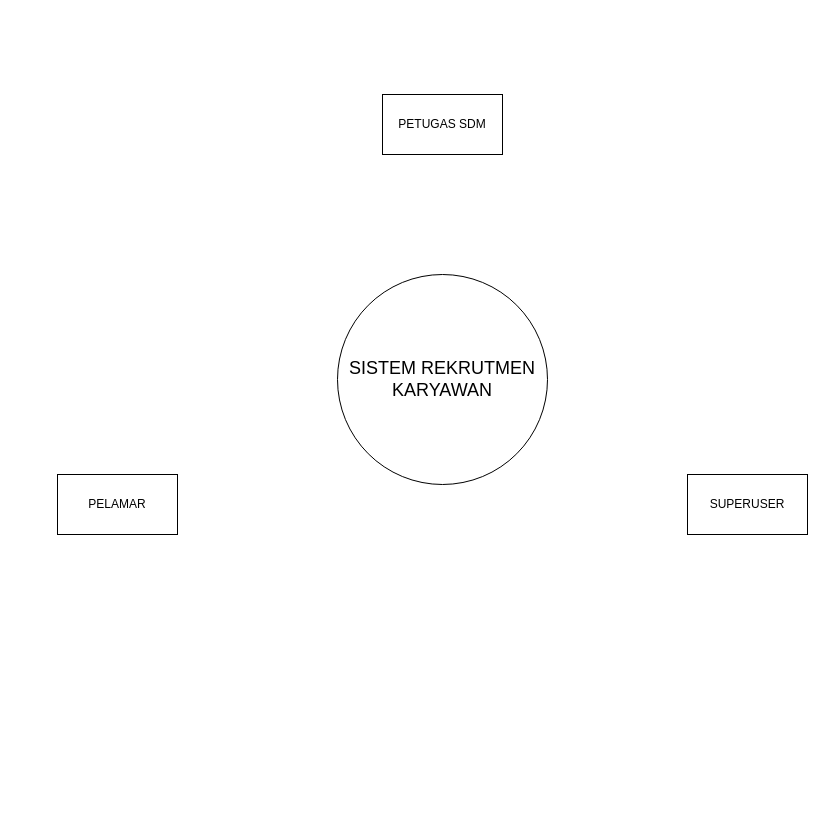
The draw.io diagram page "DIAGRAM CONTEXT" (1 of 7) of DFD v2.drawio in keys2505/tugas-akhir, before the edit. Source tidied: cells renumbered, new cells numbered last; positions are measured from the earlier drawing's top-left corner, leaving out a move shared by most shapes. Both pictures are drawn from the tidied source at 100%, with x=0, y=0 at pixel (57, 94).
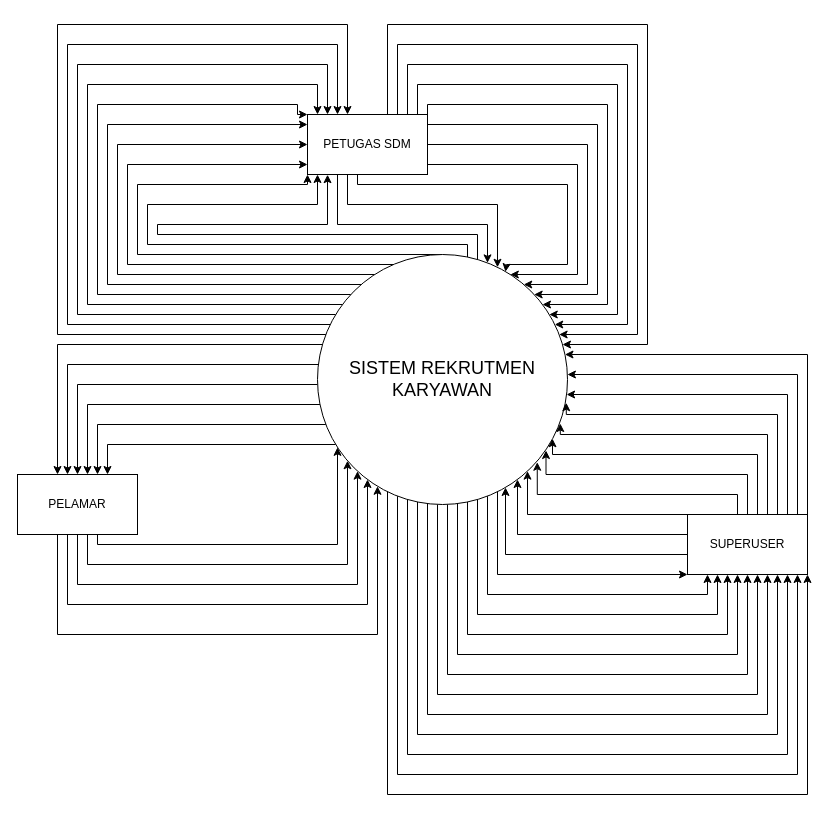
The same page after the edit.

Change to the diagram source:
```diff
@@
+    <mxCell id="6" style="edgeStyle=orthogonalEdgeStyle;rounded=0;jettySize=auto;html=1;" parent="1" edge="1" source="2" target="4">
+      <mxGeometry relative="1" as="geometry">
+        <Array as="points">
+          <mxPoint x="50" y="350" />
+        </Array>
+      </mxGeometry>
+    </mxCell>
+    <mxCell id="7" style="edgeStyle=orthogonalEdgeStyle;rounded=0;jettySize=auto;html=1;" parent="1" edge="1" source="2" target="4">
+      <mxGeometry relative="1" as="geometry">
+        <Array as="points">
+          <mxPoint x="40" y="330" />
+        </Array>
+      </mxGeometry>
+    </mxCell>
+    <mxCell id="8" style="edgeStyle=orthogonalEdgeStyle;rounded=0;jettySize=auto;html=1;" parent="1" edge="1" source="2" target="4">
+      <mxGeometry relative="1" as="geometry">
+        <Array as="points">
+          <mxPoint x="30" y="310" />
+        </Array>
+      </mxGeometry>
+    </mxCell>
+    <mxCell id="9" style="edgeStyle=orthogonalEdgeStyle;rounded=0;jettySize=auto;html=1;" parent="1" edge="1" source="2" target="4">
+      <mxGeometry relative="1" as="geometry">
+        <Array as="points">
+          <mxPoint x="20" y="290" />
+        </Array>
+      </mxGeometry>
+    </mxCell>
+    <mxCell id="10" style="edgeStyle=orthogonalEdgeStyle;rounded=0;jettySize=auto;html=1;" parent="1" edge="1" source="2" target="4">
+      <mxGeometry relative="1" as="geometry">
+        <Array as="points">
+          <mxPoint x="10" y="270" />
+        </Array>
+      </mxGeometry>
+    </mxCell>
+    <mxCell id="11" style="edgeStyle=orthogonalEdgeStyle;rounded=0;jettySize=auto;html=1;" parent="1" edge="1" source="2" target="4">
+      <mxGeometry relative="1" as="geometry">
+        <Array as="points">
+          <mxPoint y="250" />
+        </Array>
+      </mxGeometry>
+    </mxCell>
+    <mxCell id="12" style="edgeStyle=orthogonalEdgeStyle;rounded=0;jettySize=auto;html=1;" parent="1" edge="1" source="2" target="3">
+      <mxGeometry relative="1" as="geometry">
+        <Array as="points">
+          <mxPoint x="400" y="160" />
+          <mxPoint x="80" y="160" />
+          <mxPoint x="80" y="90" />
+          <mxPoint x="250" y="90" />
+        </Array>
+      </mxGeometry>
+    </mxCell>
+    <mxCell id="13" style="edgeStyle=orthogonalEdgeStyle;rounded=0;jettySize=auto;html=1;" parent="1" edge="1" source="2" target="3">
+      <mxGeometry relative="1" as="geometry">
+        <Array as="points">
+          <mxPoint x="385" y="170" />
+          <mxPoint x="70" y="170" />
+          <mxPoint x="70" y="70" />
+        </Array>
+      </mxGeometry>
+    </mxCell>
+    <mxCell id="14" style="edgeStyle=orthogonalEdgeStyle;rounded=0;jettySize=auto;html=1;" parent="1" edge="1" source="2" target="3">
+      <mxGeometry relative="1" as="geometry">
+        <Array as="points">
+          <mxPoint x="60" y="180" />
+          <mxPoint x="60" y="50" />
+        </Array>
+      </mxGeometry>
+    </mxCell>
+    <mxCell id="15" style="edgeStyle=orthogonalEdgeStyle;rounded=0;jettySize=auto;html=1;entryX=0;entryY=0.167;entryDx=0;entryDy=0;entryPerimeter=0;" parent="1" edge="1" source="2" target="3">
+      <mxGeometry relative="1" as="geometry">
+        <Array as="points">
+          <mxPoint x="50" y="190" />
+          <mxPoint x="50" y="30" />
+        </Array>
+      </mxGeometry>
+    </mxCell>
+    <mxCell id="16" style="edgeStyle=orthogonalEdgeStyle;rounded=0;jettySize=auto;html=1;" parent="1" edge="1" source="2" target="3">
+      <mxGeometry relative="1" as="geometry">
+        <Array as="points">
+          <mxPoint x="20" y="220" />
+          <mxPoint x="20" y="-30" />
+          <mxPoint x="270" y="-30" />
+        </Array>
+      </mxGeometry>
+    </mxCell>
+    <mxCell id="17" style="edgeStyle=orthogonalEdgeStyle;rounded=0;jettySize=auto;html=1;" parent="1" edge="1" source="2" target="3">
+      <mxGeometry relative="1" as="geometry">
+        <Array as="points">
+          <mxPoint x="30" y="210" />
+          <mxPoint x="30" y="-10" />
+          <mxPoint x="260" y="-10" />
+        </Array>
+      </mxGeometry>
+    </mxCell>
+    <mxCell id="18" style="edgeStyle=orthogonalEdgeStyle;rounded=0;jettySize=auto;html=1;" parent="1" edge="1" source="2" target="3">
+      <mxGeometry relative="1" as="geometry">
+        <Array as="points">
+          <mxPoint x="40" y="200" />
+          <mxPoint x="40" y="10" />
+          <mxPoint x="240" y="10" />
+          <mxPoint x="240" y="20" />
+        </Array>
+      </mxGeometry>
+    </mxCell>
+    <mxCell id="19" style="edgeStyle=orthogonalEdgeStyle;rounded=0;jettySize=auto;html=1;" parent="1" edge="1" source="2" target="3">
+      <mxGeometry relative="1" as="geometry">
+        <Array as="points">
+          <mxPoint x="10" y="230" />
+          <mxPoint x="10" y="-50" />
+          <mxPoint x="280" y="-50" />
+        </Array>
+      </mxGeometry>
+    </mxCell>
+    <mxCell id="20" style="edgeStyle=orthogonalEdgeStyle;rounded=0;jettySize=auto;html=1;" parent="1" edge="1" source="2" target="3">
+      <mxGeometry relative="1" as="geometry">
+        <Array as="points">
+          <mxPoint x="410" y="150" />
+          <mxPoint x="90" y="150" />
+          <mxPoint x="90" y="110" />
+          <mxPoint x="260" y="110" />
+        </Array>
+      </mxGeometry>
+    </mxCell>
+    <mxCell id="21" style="edgeStyle=orthogonalEdgeStyle;rounded=0;jettySize=auto;html=1;" parent="1" edge="1" source="2" target="3">
+      <mxGeometry relative="1" as="geometry">
+        <Array as="points">
+          <mxPoint y="240" />
+          <mxPoint y="-70" />
+          <mxPoint x="290" y="-70" />
+        </Array>
+      </mxGeometry>
+    </mxCell>
+    <mxCell id="22" style="edgeStyle=orthogonalEdgeStyle;rounded=0;jettySize=auto;html=1;entryX=0.167;entryY=1.003;entryDx=0;entryDy=0;entryPerimeter=0;" parent="1" edge="1" source="2" target="3">
+      <mxGeometry relative="1" as="geometry">
+        <Array as="points">
+          <mxPoint x="420" y="140" />
+          <mxPoint x="100" y="140" />
+          <mxPoint x="100" y="130" />
+          <mxPoint x="270" y="130" />
+        </Array>
+      </mxGeometry>
+    </mxCell>
+    <mxCell id="23" style="edgeStyle=orthogonalEdgeStyle;rounded=0;jettySize=auto;html=1;" parent="1" edge="1" source="2" target="5">
+      <mxGeometry relative="1" as="geometry">
+        <Array as="points">
+          <mxPoint x="340" y="680" />
+          <mxPoint x="740" y="680" />
+        </Array>
+      </mxGeometry>
+    </mxCell>
+    <mxCell id="24" style="edgeStyle=orthogonalEdgeStyle;rounded=0;jettySize=auto;html=1;" parent="1" edge="1" source="2" target="5">
+      <mxGeometry relative="1" as="geometry">
+        <Array as="points">
+          <mxPoint x="360" y="640" />
+          <mxPoint x="720" y="640" />
+        </Array>
+      </mxGeometry>
+    </mxCell>
+    <mxCell id="25" style="edgeStyle=orthogonalEdgeStyle;rounded=0;jettySize=auto;html=1;" parent="1" edge="1" source="2" target="5">
+      <mxGeometry relative="1" as="geometry">
+        <Array as="points">
+          <mxPoint x="350" y="660" />
+          <mxPoint x="730" y="660" />
+        </Array>
+      </mxGeometry>
+    </mxCell>
+    <mxCell id="26" style="edgeStyle=orthogonalEdgeStyle;rounded=0;jettySize=auto;html=1;" parent="1" edge="1" source="2" target="5">
+      <mxGeometry relative="1" as="geometry">
+        <Array as="points">
+          <mxPoint x="330" y="700" />
+          <mxPoint x="750" y="700" />
+        </Array>
+      </mxGeometry>
+    </mxCell>
+    <mxCell id="27" style="edgeStyle=orthogonalEdgeStyle;rounded=0;jettySize=auto;html=1;" parent="1" edge="1" source="2" target="5">
+      <mxGeometry relative="1" as="geometry">
+        <Array as="points">
+          <mxPoint x="370" y="620" />
+          <mxPoint x="710" y="620" />
+        </Array>
+      </mxGeometry>
+    </mxCell>
+    <mxCell id="28" style="edgeStyle=orthogonalEdgeStyle;rounded=0;jettySize=auto;html=1;" parent="1" edge="1" source="2" target="5">
+      <mxGeometry relative="1" as="geometry">
+        <Array as="points">
+          <mxPoint x="380" y="600" />
+          <mxPoint x="700" y="600" />
+        </Array>
+      </mxGeometry>
+    </mxCell>
+    <mxCell id="29" style="edgeStyle=orthogonalEdgeStyle;rounded=0;jettySize=auto;html=1;" parent="1" edge="1" source="2" target="5">
+      <mxGeometry relative="1" as="geometry">
+        <Array as="points">
+          <mxPoint x="390" y="580" />
+          <mxPoint x="690" y="580" />
+        </Array>
+      </mxGeometry>
+    </mxCell>
+    <mxCell id="30" style="edgeStyle=orthogonalEdgeStyle;rounded=0;jettySize=auto;html=1;" parent="1" edge="1" source="2" target="5">
+      <mxGeometry relative="1" as="geometry">
+        <Array as="points">
+          <mxPoint x="400" y="560" />
+          <mxPoint x="680" y="560" />
+        </Array>
+      </mxGeometry>
+    </mxCell>
+    <mxCell id="31" style="edgeStyle=orthogonalEdgeStyle;rounded=0;jettySize=auto;html=1;" parent="1" edge="1" source="2" target="5">
+      <mxGeometry relative="1" as="geometry">
+        <Array as="points">
+          <mxPoint x="410" y="540" />
+          <mxPoint x="670" y="540" />
+        </Array>
+      </mxGeometry>
+    </mxCell>
+    <mxCell id="32" style="edgeStyle=orthogonalEdgeStyle;rounded=0;jettySize=auto;html=1;" parent="1" edge="1" source="2" target="5">
+      <mxGeometry relative="1" as="geometry">
+        <Array as="points">
+          <mxPoint x="420" y="520" />
+          <mxPoint x="660" y="520" />
+        </Array>
+      </mxGeometry>
+    </mxCell>
+    <mxCell id="33" style="edgeStyle=orthogonalEdgeStyle;rounded=0;jettySize=auto;html=1;" parent="1" edge="1" source="2" target="5">
+      <mxGeometry relative="1" as="geometry">
+        <Array as="points">
+          <mxPoint x="440" y="480" />
+        </Array>
+      </mxGeometry>
+    </mxCell>
+    <mxCell id="34" style="edgeStyle=orthogonalEdgeStyle;rounded=0;jettySize=auto;html=1;" parent="1" edge="1" source="2" target="5">
+      <mxGeometry relative="1" as="geometry">
+        <Array as="points">
+          <mxPoint x="430" y="500" />
+          <mxPoint x="650" y="500" />
+        </Array>
+      </mxGeometry>
+    </mxCell>
     <mxCell id="2" value="&lt;font style=&quot;font-size: 18px;&quot;&gt;SISTEM REKRUTMEN KARYAWAN&lt;/font&gt;" style="ellipse;whiteSpace=wrap;html=1;direction=south;" parent="1" vertex="1">
-      <mxGeometry x="280" y="180" width="210" height="210" as="geometry" />
+      <mxGeometry x="260" y="160" width="250" height="250" as="geometry" />
     </mxCell>
+    <mxCell id="35" style="edgeStyle=orthogonalEdgeStyle;rounded=0;jettySize=auto;html=1;" parent="1" edge="1" source="3" target="2">
+      <mxGeometry relative="1" as="geometry">
+        <Array as="points">
+          <mxPoint x="280" y="130" />
+          <mxPoint x="430" y="130" />
+        </Array>
+      </mxGeometry>
+    </mxCell>
+    <mxCell id="36" style="edgeStyle=orthogonalEdgeStyle;rounded=0;jettySize=auto;html=1;" parent="1" edge="1" source="3" target="2">
+      <mxGeometry relative="1" as="geometry">
+        <Array as="points">
+          <mxPoint x="290" y="110" />
+          <mxPoint x="440" y="110" />
+        </Array>
+      </mxGeometry>
+    </mxCell>
+    <mxCell id="37" style="edgeStyle=orthogonalEdgeStyle;rounded=0;jettySize=auto;html=1;entryX=0.069;entryY=0.248;entryDx=0;entryDy=0;entryPerimeter=0;" parent="1" edge="1" source="3" target="2">
+      <mxGeometry relative="1" as="geometry">
+        <Array as="points">
+          <mxPoint x="300" y="90" />
+          <mxPoint x="510" y="90" />
+          <mxPoint x="510" y="170" />
+          <mxPoint x="449" y="170" />
+          <mxPoint x="449" y="177" />
+        </Array>
+      </mxGeometry>
+    </mxCell>
+    <mxCell id="38" style="edgeStyle=orthogonalEdgeStyle;rounded=0;jettySize=auto;html=1;" parent="1" edge="1" source="3" target="2">
+      <mxGeometry relative="1" as="geometry">
+        <Array as="points">
+          <mxPoint x="520" y="70" />
+          <mxPoint x="520" y="180" />
+        </Array>
+      </mxGeometry>
+    </mxCell>
+    <mxCell id="39" style="edgeStyle=orthogonalEdgeStyle;rounded=0;jettySize=auto;html=1;" parent="1" edge="1" source="3" target="2">
+      <mxGeometry relative="1" as="geometry">
+        <Array as="points">
+          <mxPoint x="530" y="50" />
+          <mxPoint x="530" y="190" />
+        </Array>
+      </mxGeometry>
+    </mxCell>
+    <mxCell id="40" style="edgeStyle=orthogonalEdgeStyle;rounded=0;jettySize=auto;html=1;" parent="1" edge="1" source="3" target="2">
+      <mxGeometry relative="1" as="geometry">
+        <Array as="points">
+          <mxPoint x="540" y="30" />
+          <mxPoint x="540" y="200" />
+        </Array>
+      </mxGeometry>
+    </mxCell>
+    <mxCell id="41" style="edgeStyle=orthogonalEdgeStyle;rounded=0;jettySize=auto;html=1;" parent="1" edge="1" source="3" target="2">
+      <mxGeometry relative="1" as="geometry">
+        <Array as="points">
+          <mxPoint x="370" y="10" />
+          <mxPoint x="550" y="10" />
+          <mxPoint x="550" y="210" />
+        </Array>
+      </mxGeometry>
+    </mxCell>
+    <mxCell id="42" style="edgeStyle=orthogonalEdgeStyle;rounded=0;jettySize=auto;html=1;" parent="1" edge="1" source="3" target="2">
+      <mxGeometry relative="1" as="geometry">
+        <Array as="points">
+          <mxPoint x="360" y="-10" />
+          <mxPoint x="560" y="-10" />
+          <mxPoint x="560" y="220" />
+        </Array>
+      </mxGeometry>
+    </mxCell>
+    <mxCell id="43" style="edgeStyle=orthogonalEdgeStyle;rounded=0;jettySize=auto;html=1;" parent="1" edge="1" source="3" target="2">
+      <mxGeometry relative="1" as="geometry">
+        <Array as="points">
+          <mxPoint x="350" y="-30" />
+          <mxPoint x="570" y="-30" />
+          <mxPoint x="570" y="230" />
+        </Array>
+      </mxGeometry>
+    </mxCell>
+    <mxCell id="44" style="edgeStyle=orthogonalEdgeStyle;rounded=0;jettySize=auto;html=1;" parent="1" edge="1" source="3" target="2">
+      <mxGeometry relative="1" as="geometry">
+        <Array as="points">
+          <mxPoint x="340" y="-50" />
+          <mxPoint x="580" y="-50" />
+          <mxPoint x="580" y="240" />
+        </Array>
+      </mxGeometry>
+    </mxCell>
+    <mxCell id="45" style="edgeStyle=orthogonalEdgeStyle;rounded=0;jettySize=auto;html=1;" parent="1" edge="1" source="3" target="2">
+      <mxGeometry relative="1" as="geometry">
+        <Array as="points">
+          <mxPoint x="330" y="-70" />
+          <mxPoint x="590" y="-70" />
+          <mxPoint x="590" y="250" />
+        </Array>
+      </mxGeometry>
+    </mxCell>
     <mxCell id="3" value="PETUGAS SDM" style="rounded=0;whiteSpace=wrap;html=1;" parent="1" vertex="1">
-      <mxGeometry x="325" width="120" height="60" as="geometry" />
+      <mxGeometry x="250" y="20" width="120" height="60" as="geometry" />
     </mxCell>
+    <mxCell id="46" style="edgeStyle=orthogonalEdgeStyle;rounded=0;jettySize=auto;html=1;" parent="1" edge="1" source="4" target="2">
+      <mxGeometry relative="1" as="geometry">
+        <Array as="points">
+          <mxPoint y="540" />
+          <mxPoint x="320" y="540" />
+        </Array>
+      </mxGeometry>
+    </mxCell>
+    <mxCell id="47" style="edgeStyle=orthogonalEdgeStyle;rounded=0;jettySize=auto;html=1;" parent="1" edge="1" source="4" target="2">
+      <mxGeometry relative="1" as="geometry">
+        <Array as="points">
+          <mxPoint x="10" y="510" />
+          <mxPoint x="310" y="510" />
+        </Array>
+      </mxGeometry>
+    </mxCell>
+    <mxCell id="48" style="edgeStyle=orthogonalEdgeStyle;rounded=0;jettySize=auto;html=1;" parent="1" edge="1" source="4" target="2">
+      <mxGeometry relative="1" as="geometry">
+        <Array as="points">
+          <mxPoint x="20" y="490" />
+          <mxPoint x="300" y="490" />
+        </Array>
+      </mxGeometry>
+    </mxCell>
+    <mxCell id="49" style="edgeStyle=orthogonalEdgeStyle;rounded=0;jettySize=auto;html=1;" parent="1" edge="1" source="4" target="2">
+      <mxGeometry relative="1" as="geometry">
+        <Array as="points">
+          <mxPoint x="30" y="470" />
+          <mxPoint x="290" y="470" />
+        </Array>
+      </mxGeometry>
+    </mxCell>
+    <mxCell id="50" style="edgeStyle=orthogonalEdgeStyle;rounded=0;jettySize=auto;html=1;" parent="1" edge="1" source="4" target="2">
+      <mxGeometry relative="1" as="geometry">
+        <Array as="points">
+          <mxPoint x="40" y="450" />
+          <mxPoint x="280" y="450" />
+        </Array>
+      </mxGeometry>
+    </mxCell>
     <mxCell id="4" value="PELAMAR" style="rounded=0;whiteSpace=wrap;html=1;" parent="1" vertex="1">
-      <mxGeometry y="380" width="120" height="60" as="geometry" />
+      <mxGeometry x="-40" y="380" width="120" height="60" as="geometry" />
     </mxCell>
+    <mxCell id="51" style="edgeStyle=orthogonalEdgeStyle;rounded=0;jettySize=auto;html=1;" parent="1" edge="1" source="5" target="2">
+      <mxGeometry relative="1" as="geometry">
+        <Array as="points">
+          <mxPoint x="750" y="260" />
+        </Array>
+      </mxGeometry>
+    </mxCell>
+    <mxCell id="52" style="edgeStyle=orthogonalEdgeStyle;rounded=0;jettySize=auto;html=1;" parent="1" edge="1" source="5" target="2">
+      <mxGeometry relative="1" as="geometry">
+        <Array as="points">
+          <mxPoint x="740" y="280" />
+        </Array>
+      </mxGeometry>
+    </mxCell>
+    <mxCell id="53" style="edgeStyle=orthogonalEdgeStyle;rounded=0;jettySize=auto;html=1;" parent="1" edge="1" source="5" target="2">
+      <mxGeometry relative="1" as="geometry">
+        <Array as="points">
+          <mxPoint x="730" y="300" />
+        </Array>
+      </mxGeometry>
+    </mxCell>
+    <mxCell id="54" style="edgeStyle=orthogonalEdgeStyle;rounded=0;jettySize=auto;html=1;entryX=0.593;entryY=0.005;entryDx=0;entryDy=0;entryPerimeter=0;" parent="1" edge="1" source="5" target="2">
+      <mxGeometry relative="1" as="geometry">
+        <Array as="points">
+          <mxPoint x="720" y="320" />
+          <mxPoint x="509" y="320" />
+        </Array>
+      </mxGeometry>
+    </mxCell>
+    <mxCell id="55" style="edgeStyle=orthogonalEdgeStyle;rounded=0;jettySize=auto;html=1;entryX=0.676;entryY=0.029;entryDx=0;entryDy=0;entryPerimeter=0;" parent="1" edge="1" source="5" target="2">
+      <mxGeometry relative="1" as="geometry">
+        <Array as="points">
+          <mxPoint x="710" y="340" />
+          <mxPoint x="503" y="340" />
+          <mxPoint x="503" y="329" />
+        </Array>
+      </mxGeometry>
+    </mxCell>
+    <mxCell id="56" style="edgeStyle=orthogonalEdgeStyle;rounded=0;jettySize=auto;html=1;entryX=0.737;entryY=0.06;entryDx=0;entryDy=0;entryPerimeter=0;" parent="1" edge="1" source="5" target="2">
+      <mxGeometry relative="1" as="geometry">
+        <Array as="points">
+          <mxPoint x="700" y="360" />
+          <mxPoint x="495" y="360" />
+        </Array>
+      </mxGeometry>
+    </mxCell>
+    <mxCell id="57" style="edgeStyle=orthogonalEdgeStyle;rounded=0;jettySize=auto;html=1;entryX=0.784;entryY=0.086;entryDx=0;entryDy=0;entryPerimeter=0;" parent="1" edge="1" source="5" target="2">
+      <mxGeometry relative="1" as="geometry">
+        <Array as="points">
+          <mxPoint x="690" y="380" />
+          <mxPoint x="489" y="380" />
+        </Array>
+      </mxGeometry>
+    </mxCell>
+    <mxCell id="58" style="edgeStyle=orthogonalEdgeStyle;rounded=0;jettySize=auto;html=1;entryX=0.831;entryY=0.121;entryDx=0;entryDy=0;entryPerimeter=0;" parent="1" edge="1" source="5" target="2">
+      <mxGeometry relative="1" as="geometry">
+        <Array as="points">
+          <mxPoint x="680" y="400" />
+          <mxPoint x="480" y="400" />
+        </Array>
+      </mxGeometry>
+    </mxCell>
+    <mxCell id="59" style="edgeStyle=orthogonalEdgeStyle;rounded=0;jettySize=auto;html=1;" parent="1" edge="1" source="5" target="2">
+      <mxGeometry relative="1" as="geometry">
+        <Array as="points">
+          <mxPoint x="470" y="420" />
+        </Array>
+      </mxGeometry>
+    </mxCell>
+    <mxCell id="60" style="edgeStyle=orthogonalEdgeStyle;rounded=0;jettySize=auto;html=1;" parent="1" edge="1" source="5" target="2">
+      <mxGeometry relative="1" as="geometry">
+        <Array as="points">
+          <mxPoint x="460" y="440" />
+        </Array>
+      </mxGeometry>
+    </mxCell>
+    <mxCell id="61" style="edgeStyle=orthogonalEdgeStyle;rounded=0;jettySize=auto;html=1;" parent="1" edge="1" source="5" target="2">
+      <mxGeometry relative="1" as="geometry">
+        <Array as="points">
+          <mxPoint x="448" y="460" />
+        </Array>
+      </mxGeometry>
+    </mxCell>
     <mxCell id="5" value="SUPERUSER" style="rounded=0;whiteSpace=wrap;html=1;" parent="1" vertex="1">
-      <mxGeometry x="630" y="380" width="120" height="60" as="geometry" />
+      <mxGeometry x="630" y="420" width="120" height="60" as="geometry" />
     </mxCell>
```
